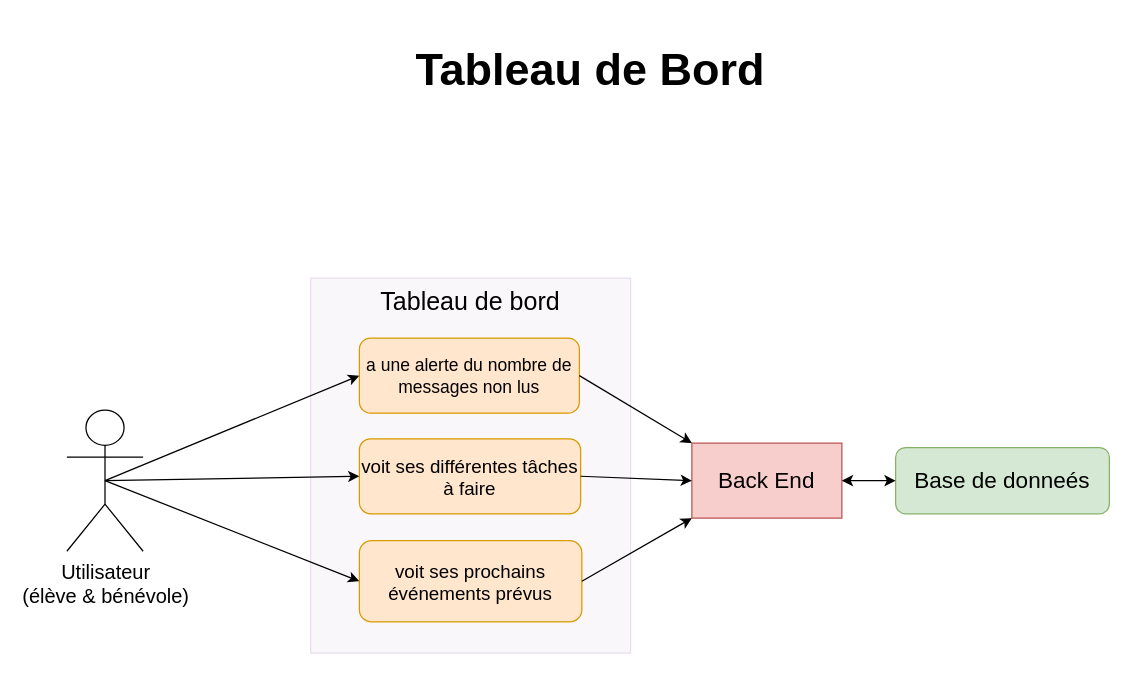
Above: page "Tableau de bord" (2 of 5) of Untitled Diagram.drawio in melacod/MelanieKlein_10_22122021 (draw.io), before the change. Source tidied: cells renumbered, new cells numbered last; positions are measured from the earlier drawing's top-left corner, leaving out a move shared by most shapes. Both pictures are drawn from the tidied source at 125%, with x=0, y=0 at pixel (66, 50).
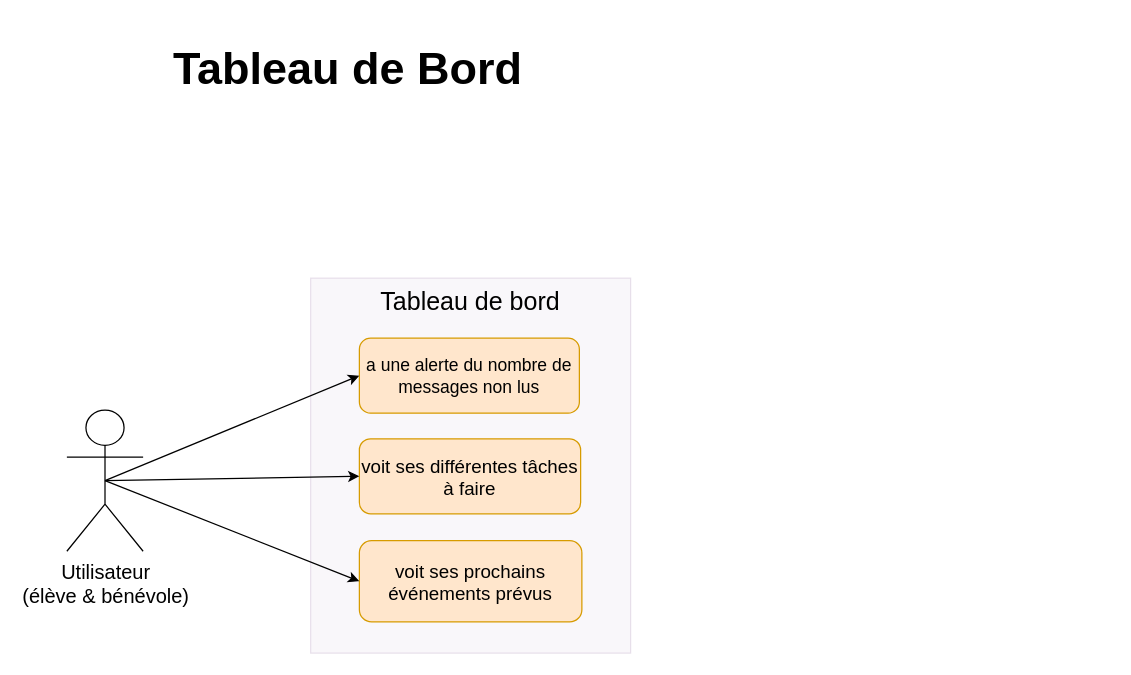
After the change.

The edit, as a diff of the source:
```diff
@@
 <mxGraphModel>
   <root>
     <mxCell id="0" />
     <mxCell id="1" parent="0" />
     <mxCell id="2" value="&lt;h1&gt;&lt;font style=&quot;font-size: 36px&quot;&gt;Tableau de Bord&lt;/font&gt;&lt;/h1&gt;" style="text;html=1;strokeColor=none;fillColor=none;align=center;verticalAlign=middle;whiteSpace=wrap;rounded=0;" parent="1" vertex="1">
-      <mxGeometry x="265" width="308" height="30" as="geometry" />
+      <mxGeometry x="71" y="-1" width="308" height="30" as="geometry" />
     </mxCell>
     <mxCell id="3" value="&lt;span&gt;&lt;font style=&quot;font-size: 20px&quot;&gt;Tableau de bord&lt;/font&gt;&lt;/span&gt;" style="rounded=0;whiteSpace=wrap;html=1;fontSize=18;strokeWidth=1;fillColor=#e1d5e7;strokeColor=#9673a6;opacity=20;verticalAlign=top;" parent="1" vertex="1">
       <mxGeometry x="195" y="182" width="256" height="300" as="geometry" />
     </mxCell>
     <mxCell id="4" value="&lt;font style=&quot;font-size: 16px&quot;&gt;Utilisateur&lt;br&gt;(élève &amp;amp; bénévole)&lt;/font&gt;" style="shape=umlActor;verticalLabelPosition=bottom;verticalAlign=top;html=1;outlineConnect=0;fontSize=14;" parent="1" vertex="1">
       <mxGeometry y="287.5" width="61" height="113" as="geometry" />
     </mxCell>
     <mxCell id="5" value="&lt;font style=&quot;font-size: 14px&quot;&gt;a une alerte du nombre de messages non lus&lt;/font&gt;" style="rounded=1;whiteSpace=wrap;html=1;fontSize=14;fillColor=#ffe6cc;strokeColor=#d79b00;" parent="1" vertex="1">
       <mxGeometry x="234" y="230" width="176" height="60" as="geometry" />
     </mxCell>
     <mxCell id="6" value="&lt;font style=&quot;font-size: 15px&quot;&gt;voit ses différentes tâches à faire&lt;/font&gt;" style="rounded=1;whiteSpace=wrap;html=1;fontSize=14;fillColor=#ffe6cc;strokeColor=#d79b00;" parent="1" vertex="1">
       <mxGeometry x="234" y="310.5" width="177" height="60" as="geometry" />
     </mxCell>
     <mxCell id="7" style="endArrow=classic;html=1;rounded=0;fontSize=18;curved=1;entryX=0;entryY=0.5;entryDx=0;entryDy=0;exitX=0.5;exitY=0.5;exitDx=0;exitDy=0;exitPerimeter=0;" parent="1" edge="1" source="4" target="5">
       <mxGeometry relative="1" as="geometry" />
     </mxCell>
     <mxCell id="8" style="endArrow=classic;html=1;rounded=0;fontSize=18;entryX=0;entryY=0.5;entryDx=0;entryDy=0;curved=1;exitX=0.5;exitY=0.5;exitDx=0;exitDy=0;exitPerimeter=0;" parent="1" edge="1" source="4" target="6">
       <mxGeometry relative="1" as="geometry" />
     </mxCell>
     <mxCell id="9" value="&lt;font style=&quot;font-size: 15px&quot;&gt;voit ses prochains événements prévus&lt;/font&gt;" style="rounded=1;whiteSpace=wrap;html=1;fontSize=14;fillColor=#ffe6cc;strokeColor=#d79b00;" parent="1" vertex="1">
       <mxGeometry x="234" y="392" width="178" height="65" as="geometry" />
     </mxCell>
     <mxCell id="10" style="endArrow=classic;html=1;rounded=0;fontSize=18;curved=1;entryX=0;entryY=0.5;entryDx=0;entryDy=0;exitX=0.5;exitY=0.5;exitDx=0;exitDy=0;exitPerimeter=0;" parent="1" edge="1" source="4" target="9">
       <mxGeometry relative="1" as="geometry" />
     </mxCell>
-    <mxCell id="11" value="&lt;font style=&quot;font-size: 18px&quot;&gt;Back End&lt;/font&gt;" style="rounded=0;whiteSpace=wrap;html=1;fontSize=10;fillColor=#f8cecc;strokeColor=#b85450;" parent="1" vertex="1">
-      <mxGeometry x="500" y="314" width="120" height="60" as="geometry" />
-    </mxCell>
-    <mxCell id="12" value="&lt;span&gt;Base de donneés&lt;/span&gt;" style="rounded=1;whiteSpace=wrap;html=1;fontSize=18;fillColor=#d5e8d4;strokeColor=#82b366;strokeWidth=1;" parent="1" vertex="1">
-      <mxGeometry x="663" y="317.5" width="171" height="53" as="geometry" />
-    </mxCell>
-    <mxCell id="13" style="endArrow=classic;startArrow=classic;html=1;rounded=0;fontSize=18;entryX=0;entryY=0.5;entryDx=0;entryDy=0;exitX=1;exitY=0.5;exitDx=0;exitDy=0;curved=1;" parent="1" edge="1" source="11" target="12">
-      <mxGeometry relative="1" as="geometry" />
-    </mxCell>
-    <mxCell id="14" style="endArrow=classic;html=1;rounded=0;fontSize=18;exitX=1;exitY=0.5;exitDx=0;exitDy=0;entryX=0;entryY=0.5;entryDx=0;entryDy=0;curved=1;" parent="1" edge="1" source="6" target="11">
-      <mxGeometry relative="1" as="geometry" />
-    </mxCell>
-    <mxCell id="15" style="endArrow=classic;html=1;rounded=0;fontSize=18;exitX=1;exitY=0.5;exitDx=0;exitDy=0;entryX=0;entryY=0;entryDx=0;entryDy=0;curved=1;" parent="1" edge="1" source="5" target="11">
-      <mxGeometry relative="1" as="geometry" />
-    </mxCell>
-    <mxCell id="16" style="endArrow=classic;html=1;rounded=0;fontSize=18;entryX=0;entryY=1;entryDx=0;entryDy=0;curved=1;exitX=1;exitY=0.5;exitDx=0;exitDy=0;" parent="1" edge="1" source="9" target="11">
-      <mxGeometry relative="1" as="geometry" />
-    </mxCell>
   </root>
 </mxGraphModel>
```
